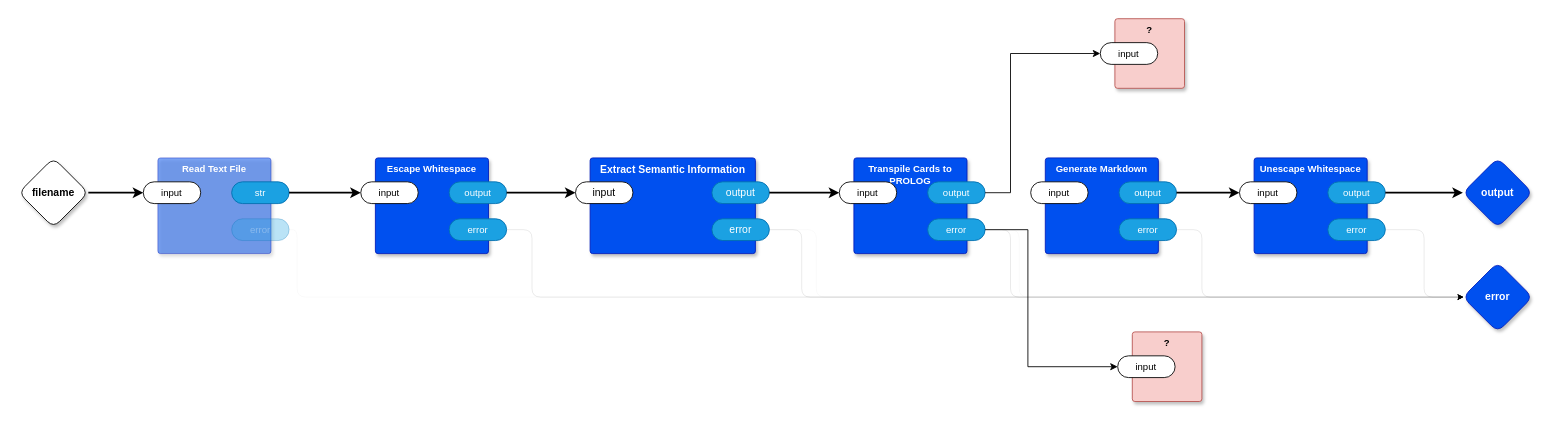
Before: page "main" (1 of 14) of top.drawio in guitarvydas/kinopio2md, a draw.io diagram. Source tidied: cells renumbered, new cells numbered last; positions are measured from the earlier drawing's top-left corner, leaving out a move shared by most shapes. Both pictures are drawn from the tidied source at 87%, with x=0, y=0 at pixel (18, 18).
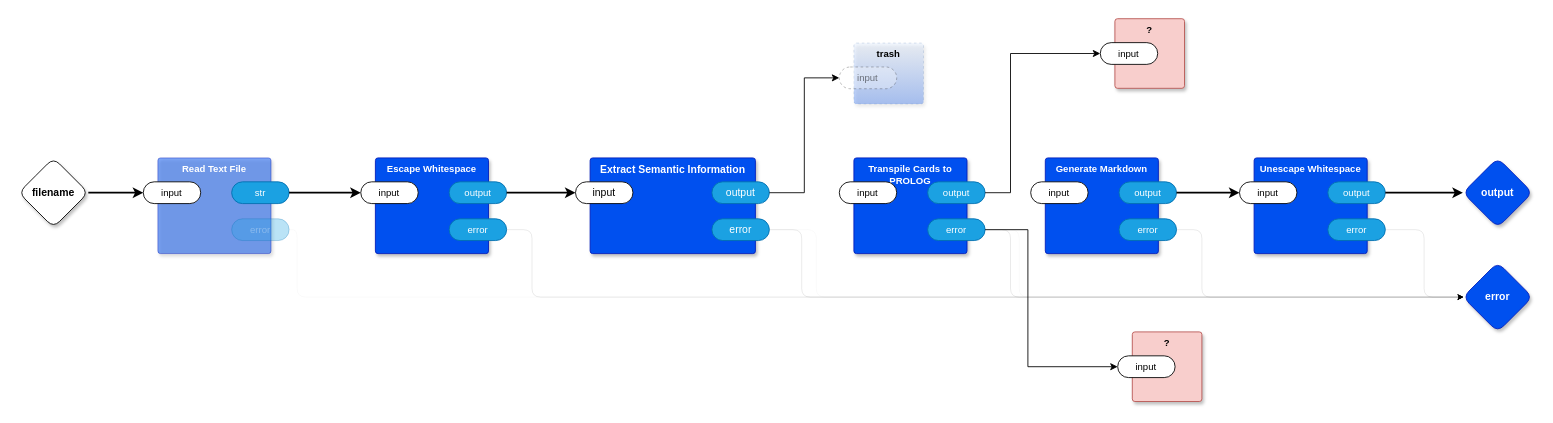
The same diagram, later.

Unchanged cells that the change refers to:
```xml
<mxCell id="8" value="output" style="rounded=1;whiteSpace=wrap;html=1;sketch=0;points=[[0,0.5,0,0,0],[1,0.5,0,0,0]];fillColor=#1ba1e2;fontColor=#ffffff;strokeColor=#006EAF;arcSize=50;" parent="5" vertex="1">
  <mxGeometry x="140" y="27.5" width="66" height="25" as="geometry" />
</mxCell>
<mxCell id="17" value="input" style="rounded=1;whiteSpace=wrap;html=1;sketch=0;points=[[0,0.5,0,0,0],[1,0.5,0,0,0]];arcSize=50;fontFamily=Helvetica;fontSize=11;fontColor=default;" parent="16" vertex="1">
  <mxGeometry x="-16.8" y="27.5" width="66" height="25" as="geometry" />
</mxCell>
```

The edit, as a diff of the source:
```diff
@@
-    <mxCell id="44" style="edgeStyle=orthogonalEdgeStyle;rounded=0;jettySize=auto;html=1;exitX=1;exitY=0.5;exitDx=0;exitDy=0;exitPerimeter=0;entryX=0;entryY=0.5;entryDx=0;entryDy=0;entryPerimeter=0;strokeWidth=2;" parent="1" edge="1" source="8" target="17">
-      <mxGeometry relative="1" as="geometry" />
-    </mxCell>
@@
+    <mxCell id="49" value="trash" style="rounded=1;whiteSpace=wrap;html=1;sketch=0;verticalAlign=top;arcSize=6;fontStyle=1;absoluteArcSize=1;shadow=1;strokeColor=#6c8ebf;fillColor=#dae8fc;fontFamily=Helvetica;fontSize=11;dashed=1;opacity=30;gradientColor=#0050EF;" parent="1" vertex="1">
+      <mxGeometry x="960" y="28" width="80" height="70" as="geometry" />
+    </mxCell>
+    <mxCell id="50" value="input" style="rounded=1;whiteSpace=wrap;html=1;sketch=0;points=[[0,0.5,0,0,0],[1,0.5,0,0,0]];arcSize=50;fontFamily=Helvetica;fontSize=11;fontColor=default;dashed=1;textOpacity=50;opacity=30;" parent="49" vertex="1">
+      <mxGeometry x="-16.8" y="27.5" width="66" height="25" as="geometry" />
+    </mxCell>
+    <mxCell id="51" style="edgeStyle=orthogonalEdgeStyle;rounded=0;jettySize=auto;html=1;exitX=1;exitY=0.5;exitDx=0;exitDy=0;exitPerimeter=0;entryX=0;entryY=0.5;entryDx=0;entryDy=0;entryPerimeter=0;" parent="1" edge="1" source="8" target="50">
+      <mxGeometry relative="1" as="geometry" />
+    </mxCell>
```
